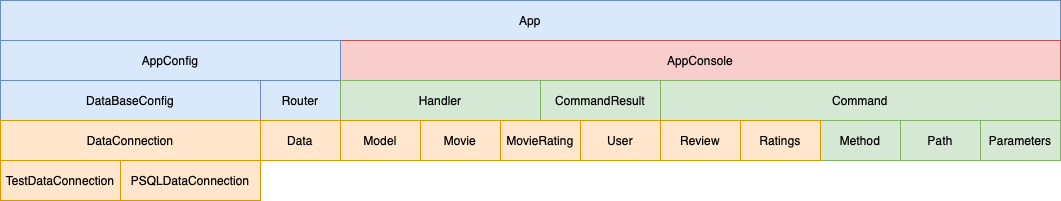
The draw.io diagram docs/images/LayerBlock.png in laruibasar/leic-lic-2021si, before a commit. Source tidied: cells renumbered, new cells last; positions are measured from the earlier drawing's top-left corner, leaving out a move shared by most shapes.
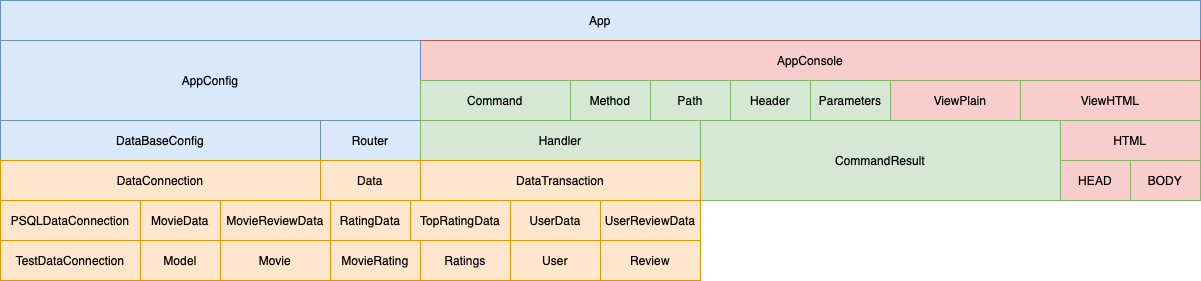
After the commit.

Commit message:
Update app block

Change to the diagram source:
```diff
@@ -3,67 +3,106 @@
     <mxCell id="0" />
     <mxCell id="1" parent="0" />
     <mxCell id="2" value="App" style="rounded=0;whiteSpace=wrap;html=1;fillColor=#dae8fc;strokeColor=#6c8ebf;" parent="1" vertex="1">
-      <mxGeometry width="1060" height="40" as="geometry" />
+      <mxGeometry y="240" width="1200" height="40" as="geometry" />
     </mxCell>
     <mxCell id="3" value="&lt;div&gt;AppConsole&lt;/div&gt;" style="rounded=0;whiteSpace=wrap;html=1;fillColor=#f8cecc;strokeColor=#b85450;" parent="1" vertex="1">
-      <mxGeometry x="340" y="40" width="720" height="40" as="geometry" />
+      <mxGeometry x="420" y="280" width="780" height="40" as="geometry" />
     </mxCell>
     <mxCell id="4" value="&lt;div&gt;AppConfig&lt;/div&gt;" style="rounded=0;whiteSpace=wrap;html=1;fillColor=#dae8fc;strokeColor=#6c8ebf;" parent="1" vertex="1">
-      <mxGeometry y="40" width="340" height="40" as="geometry" />
+      <mxGeometry y="280" width="420" height="80" as="geometry" />
     </mxCell>
     <mxCell id="5" value="Command" style="rounded=0;whiteSpace=wrap;html=1;fillColor=#d5e8d4;strokeColor=#82b366;" parent="1" vertex="1">
-      <mxGeometry x="660" y="80" width="400" height="40" as="geometry" />
+      <mxGeometry x="420" y="320" width="150" height="40" as="geometry" />
     </mxCell>
     <mxCell id="6" value="Path" style="rounded=0;whiteSpace=wrap;html=1;fillColor=#d5e8d4;strokeColor=#82b366;" parent="1" vertex="1">
-      <mxGeometry x="900" y="120" width="80" height="40" as="geometry" />
+      <mxGeometry x="650" y="320" width="80" height="40" as="geometry" />
     </mxCell>
     <mxCell id="7" value="Method" style="rounded=0;whiteSpace=wrap;html=1;fillColor=#d5e8d4;strokeColor=#82b366;" parent="1" vertex="1">
-      <mxGeometry x="820" y="120" width="80" height="40" as="geometry" />
+      <mxGeometry x="570" y="320" width="80" height="40" as="geometry" />
     </mxCell>
     <mxCell id="8" value="Parameters" style="rounded=0;whiteSpace=wrap;html=1;fillColor=#d5e8d4;strokeColor=#82b366;" parent="1" vertex="1">
-      <mxGeometry x="980" y="120" width="80" height="40" as="geometry" />
+      <mxGeometry x="810" y="320" width="80" height="40" as="geometry" />
     </mxCell>
     <mxCell id="9" value="Router" style="rounded=0;whiteSpace=wrap;html=1;fillColor=#dae8fc;strokeColor=#6c8ebf;" parent="1" vertex="1">
-      <mxGeometry x="260" y="80" width="80" height="40" as="geometry" />
+      <mxGeometry x="320" y="360" width="100" height="40" as="geometry" />
     </mxCell>
     <mxCell id="10" value="&lt;div&gt;DataBaseConfig&lt;/div&gt;" style="rounded=0;whiteSpace=wrap;html=1;fillColor=#dae8fc;strokeColor=#6c8ebf;" parent="1" vertex="1">
-      <mxGeometry y="80" width="260" height="40" as="geometry" />
+      <mxGeometry y="360" width="320" height="40" as="geometry" />
     </mxCell>
     <mxCell id="11" value="Handler" style="rounded=0;whiteSpace=wrap;html=1;fillColor=#d5e8d4;strokeColor=#82b366;" parent="1" vertex="1">
-      <mxGeometry x="340" y="80" width="200" height="40" as="geometry" />
+      <mxGeometry x="420" y="360" width="280" height="40" as="geometry" />
     </mxCell>
     <mxCell id="12" value="&lt;div&gt;Data&lt;/div&gt;" style="rounded=0;whiteSpace=wrap;html=1;fillColor=#ffe6cc;strokeColor=#d79b00;" parent="1" vertex="1">
-      <mxGeometry x="260" y="120" width="80" height="40" as="geometry" />
+      <mxGeometry x="320" y="400" width="100" height="40" as="geometry" />
     </mxCell>
     <mxCell id="13" value="DataConnection" style="rounded=0;whiteSpace=wrap;html=1;fillColor=#ffe6cc;strokeColor=#d79b00;" parent="1" vertex="1">
-      <mxGeometry y="120" width="260" height="40" as="geometry" />
+      <mxGeometry y="400" width="320" height="40" as="geometry" />
     </mxCell>
     <mxCell id="14" value="CommandResult" style="rounded=0;whiteSpace=wrap;html=1;fillColor=#d5e8d4;strokeColor=#82b366;" parent="1" vertex="1">
-      <mxGeometry x="540" y="80" width="120" height="40" as="geometry" />
+      <mxGeometry x="700" y="360" width="360" height="80" as="geometry" />
     </mxCell>
     <mxCell id="15" value="Movie" style="rounded=0;whiteSpace=wrap;html=1;fillColor=#ffe6cc;strokeColor=#d79b00;" parent="1" vertex="1">
-      <mxGeometry x="420" y="120" width="80" height="40" as="geometry" />
+      <mxGeometry x="220" y="480" width="110" height="40" as="geometry" />
     </mxCell>
     <mxCell id="16" value="User" style="rounded=0;whiteSpace=wrap;html=1;fillColor=#ffe6cc;strokeColor=#d79b00;" parent="1" vertex="1">
-      <mxGeometry x="580" y="120" width="80" height="40" as="geometry" />
+      <mxGeometry x="510" y="480" width="90" height="40" as="geometry" />
     </mxCell>
     <mxCell id="17" value="Review" style="rounded=0;whiteSpace=wrap;html=1;fillColor=#ffe6cc;strokeColor=#d79b00;" parent="1" vertex="1">
-      <mxGeometry x="660" y="120" width="80" height="40" as="geometry" />
+      <mxGeometry x="600" y="480" width="100" height="40" as="geometry" />
     </mxCell>
     <mxCell id="18" value="Ratings" style="rounded=0;whiteSpace=wrap;html=1;fillColor=#ffe6cc;strokeColor=#d79b00;" parent="1" vertex="1">
-      <mxGeometry x="740" y="120" width="80" height="40" as="geometry" />
+      <mxGeometry x="420" y="480" width="90" height="40" as="geometry" />
     </mxCell>
     <mxCell id="19" value="PSQLDataConnection" style="rounded=0;whiteSpace=wrap;html=1;fillColor=#ffe6cc;strokeColor=#d79b00;" parent="1" vertex="1">
-      <mxGeometry x="120" y="160" width="140" height="40" as="geometry" />
+      <mxGeometry y="440" width="140" height="40" as="geometry" />
     </mxCell>
     <mxCell id="20" value="TestDataConnection" style="rounded=0;whiteSpace=wrap;html=1;fillColor=#ffe6cc;strokeColor=#d79b00;" parent="1" vertex="1">
-      <mxGeometry y="160" width="120" height="40" as="geometry" />
+      <mxGeometry y="480" width="140" height="40" as="geometry" />
     </mxCell>
     <mxCell id="21" value="Model" style="rounded=0;whiteSpace=wrap;html=1;fillColor=#ffe6cc;strokeColor=#d79b00;" parent="1" vertex="1">
-      <mxGeometry x="340" y="120" width="80" height="40" as="geometry" />
+      <mxGeometry x="140" y="480" width="80" height="40" as="geometry" />
     </mxCell>
     <mxCell id="22" value="MovieRating" style="rounded=0;whiteSpace=wrap;html=1;fillColor=#ffe6cc;strokeColor=#d79b00;" parent="1" vertex="1">
-      <mxGeometry x="500" y="120" width="80" height="40" as="geometry" />
+      <mxGeometry x="330" y="480" width="90" height="40" as="geometry" />
     </mxCell>
+    <mxCell id="23" value="&lt;div&gt;DataTransaction&lt;/div&gt;" style="rounded=0;whiteSpace=wrap;html=1;fillColor=#ffe6cc;strokeColor=#d79b00;" parent="1" vertex="1">
+      <mxGeometry x="420" y="400" width="280" height="40" as="geometry" />
+    </mxCell>
+    <mxCell id="24" value="MovieData" style="rounded=0;whiteSpace=wrap;html=1;fillColor=#ffe6cc;strokeColor=#d79b00;" parent="1" vertex="1">
+      <mxGeometry x="140" y="440" width="80" height="40" as="geometry" />
+    </mxCell>
+    <mxCell id="25" value="MovieReviewData" style="rounded=0;whiteSpace=wrap;html=1;fillColor=#ffe6cc;strokeColor=#d79b00;" parent="1" vertex="1">
+      <mxGeometry x="220" y="440" width="110" height="40" as="geometry" />
+    </mxCell>
+    <mxCell id="26" value="RatingData" style="rounded=0;whiteSpace=wrap;html=1;fillColor=#ffe6cc;strokeColor=#d79b00;" parent="1" vertex="1">
+      <mxGeometry x="330" y="440" width="80" height="40" as="geometry" />
+    </mxCell>
+    <mxCell id="27" value="TopRatingData" style="rounded=0;whiteSpace=wrap;html=1;fillColor=#ffe6cc;strokeColor=#d79b00;" parent="1" vertex="1">
+      <mxGeometry x="410" y="440" width="100" height="40" as="geometry" />
+    </mxCell>
+    <mxCell id="28" value="UserData" style="rounded=0;whiteSpace=wrap;html=1;fillColor=#ffe6cc;strokeColor=#d79b00;" parent="1" vertex="1">
+      <mxGeometry x="510" y="440" width="90" height="40" as="geometry" />
+    </mxCell>
+    <mxCell id="29" value="UserReviewData" style="rounded=0;whiteSpace=wrap;html=1;fillColor=#ffe6cc;strokeColor=#d79b00;" parent="1" vertex="1">
+      <mxGeometry x="600" y="440" width="100" height="40" as="geometry" />
+    </mxCell>
+    <mxCell id="30" value="Header" style="rounded=0;whiteSpace=wrap;html=1;fillColor=#d5e8d4;strokeColor=#82b366;" parent="1" vertex="1">
+      <mxGeometry x="730" y="320" width="80" height="40" as="geometry" />
+    </mxCell>
+    <mxCell id="31" value="ViewPlain" style="rounded=0;whiteSpace=wrap;html=1;strokeColor=#82b366;fillColor=#F8CECC;" parent="1" vertex="1">
+      <mxGeometry x="890" y="320" width="140" height="40" as="geometry" />
+    </mxCell>
+    <mxCell id="32" value="ViewHTML" style="rounded=0;whiteSpace=wrap;html=1;strokeColor=#82b366;fillColor=#F8CECC;" parent="1" vertex="1">
+      <mxGeometry x="1020" y="320" width="180" height="40" as="geometry" />
+    </mxCell>
+    <mxCell id="33" value="HTML" style="rounded=0;whiteSpace=wrap;html=1;strokeColor=#82b366;fillColor=#F8CECC;" parent="1" vertex="1">
+      <mxGeometry x="1060" y="360" width="140" height="40" as="geometry" />
+    </mxCell>
+    <mxCell id="34" value="HEAD" style="rounded=0;whiteSpace=wrap;html=1;strokeColor=#82b366;fillColor=#F8CECC;" parent="1" vertex="1">
+      <mxGeometry x="1060" y="400" width="70" height="40" as="geometry" />
+    </mxCell>
+    <mxCell id="35" value="BODY" style="rounded=0;whiteSpace=wrap;html=1;strokeColor=#82b366;fillColor=#F8CECC;" parent="1" vertex="1">
+      <mxGeometry x="1130" y="400" width="70" height="40" as="geometry" />
+    </mxCell>
   </root>
 </mxGraphModel>
```
